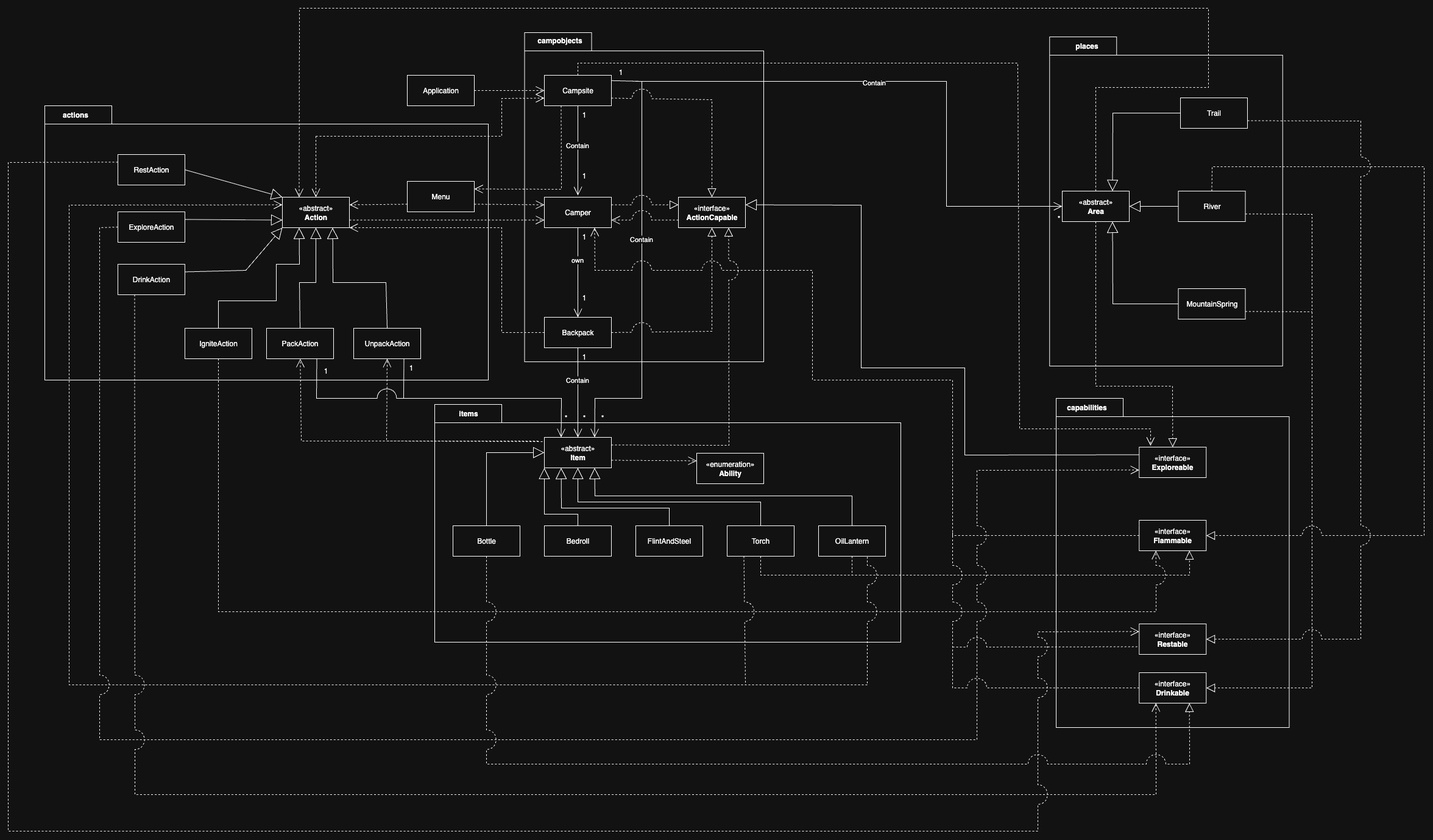
The draw.io diagram docs/w5-uml.png in Fanka2005/Bootcamp_OOP_Camper, before a commit. Source tidied: cells renumbered, new cells last; positions are measured from the earlier drawing's top-left corner, leaving out a move shared by most shapes.
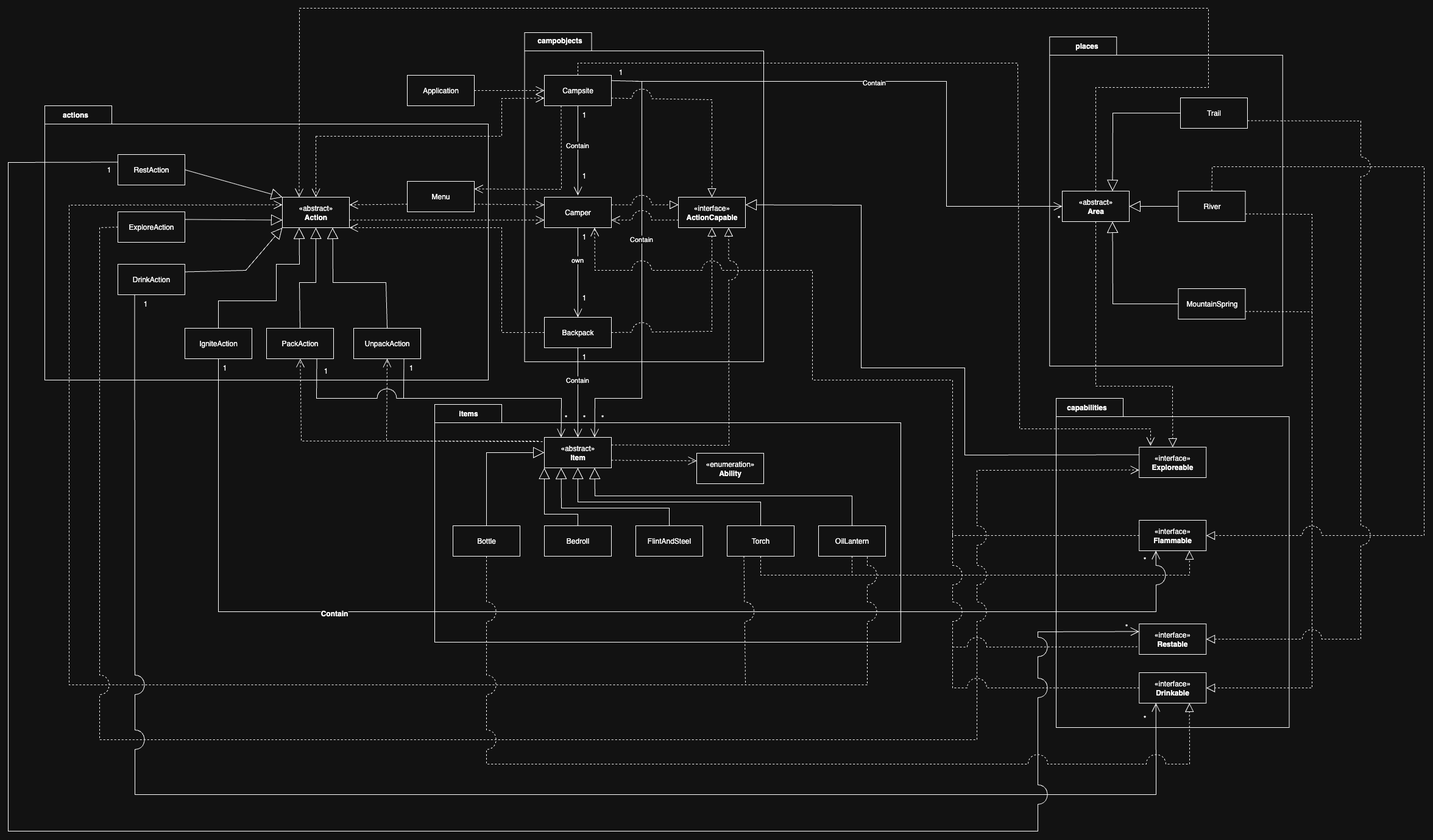
The same diagram one commit later.

Commit message:
(Week 5) Update UML Diagram, change relationship

- Change the dependency line from IgniteAction, RestAction, and DrinkAction to it Flammable, Restable, and Drinkable respectively to an association line.

The edit, as a diff of the source:
```diff
@@ -319,7 +319,7 @@
         </Array>
       </mxGeometry>
     </mxCell>
-    <mxCell id="71" style="endArrow=open;endSize=12;dashed=1;html=1;rounded=0;fontFamily=Helvetica;fontSize=12;fontColor=default;fontStyle=1;exitX=0.5;exitY=1;exitDx=0;exitDy=0;entryX=0.25;entryY=1;entryDx=0;entryDy=0;startArrow=none;startFill=0;jumpStyle=arc;jumpSize=32;" parent="1" edge="1" source="69" target="66">
+    <mxCell id="71" style="endArrow=open;endSize=12;html=1;rounded=0;fontFamily=Helvetica;fontSize=12;fontColor=default;fontStyle=1;exitX=0.5;exitY=1;exitDx=0;exitDy=0;entryX=0.25;entryY=1;entryDx=0;entryDy=0;startArrow=none;startFill=0;jumpStyle=arc;jumpSize=32;" parent="1" edge="1" source="69" target="66">
       <mxGeometry relative="1" as="geometry">
         <Array as="points">
           <mxPoint x="345" y="990" />
@@ -327,6 +327,9 @@
         </Array>
       </mxGeometry>
     </mxCell>
+    <mxCell id="117" value="Contain" style="edgeLabel;html=1;align=center;verticalAlign=middle;strokeColor=default;spacingTop=10;fontFamily=Helvetica;fontSize=12;fontColor=default;fontStyle=1;fillColor=default;" parent="71" vertex="1">
+      <mxGeometry x="-0.41" y="2" relative="1" as="geometry" />
+    </mxCell>
     <mxCell id="72" style="endArrow=open;endFill=1;endSize=12;html=1;rounded=0;fontFamily=Helvetica;fontSize=12;fontColor=default;fontStyle=1;exitX=0.75;exitY=1;exitDx=0;exitDy=0;entryX=0.25;entryY=0;entryDx=0;entryDy=0;jumpStyle=arc;jumpSize=32;" parent="1" edge="1" source="39" target="30">
       <mxGeometry relative="1" as="geometry">
         <Array as="points">
@@ -478,7 +481,7 @@
         </Array>
       </mxGeometry>
     </mxCell>
-    <mxCell id="99" style="endArrow=open;endSize=12;dashed=1;html=1;rounded=0;fontFamily=Helvetica;fontSize=12;fontColor=default;fontStyle=1;exitX=0.25;exitY=1;exitDx=0;exitDy=0;startArrow=none;startFill=0;entryX=0.25;entryY=1;entryDx=0;entryDy=0;jumpStyle=arc;jumpSize=32;" parent="1" edge="1" source="97" target="95">
+    <mxCell id="99" style="endArrow=open;endSize=12;html=1;rounded=0;fontFamily=Helvetica;fontSize=12;fontColor=default;fontStyle=1;exitX=0.25;exitY=1;exitDx=0;exitDy=0;startArrow=none;startFill=0;entryX=0.25;entryY=1;entryDx=0;entryDy=0;jumpStyle=arc;jumpSize=32;" parent="1" edge="1" source="97" target="95">
       <mxGeometry relative="1" as="geometry">
         <Array as="points">
           <mxPoint x="208" y="1290" />
@@ -527,7 +530,7 @@
     <mxCell id="106" value="RestAction" style="html=1;whiteSpace=wrap;" parent="1" vertex="1">
       <mxGeometry x="180" y="240" width="110" height="50" as="geometry" />
     </mxCell>
-    <mxCell id="107" style="endArrow=open;endSize=12;dashed=1;html=1;rounded=0;fontFamily=Helvetica;fontSize=12;fontColor=default;fontStyle=1;exitX=0;exitY=0.25;exitDx=0;exitDy=0;startArrow=none;startFill=0;entryX=0;entryY=0.25;entryDx=0;entryDy=0;jumpStyle=arc;jumpSize=32;" parent="1" edge="1" source="106" target="103">
+    <mxCell id="107" style="endArrow=open;endSize=12;html=1;rounded=0;fontFamily=Helvetica;fontSize=12;fontColor=default;fontStyle=1;exitX=0;exitY=0.25;exitDx=0;exitDy=0;startArrow=none;startFill=0;entryX=0;entryY=0.25;entryDx=0;entryDy=0;jumpStyle=arc;jumpSize=32;" parent="1" edge="1" source="106" target="103">
       <mxGeometry relative="1" as="geometry">
         <Array as="points">
           <mxPoint y="253" />
@@ -587,5 +590,23 @@
     <mxCell id="116" value="*" style="text;html=1;align=center;verticalAlign=middle;strokeColor=none;fillColor=none;" parent="1" vertex="1">
       <mxGeometry x="1709.2" y="330" width="30" height="30" as="geometry" />
     </mxCell>
+    <mxCell id="118" value="*" style="text;html=1;align=center;verticalAlign=middle;strokeColor=none;fillColor=none;" parent="1" vertex="1">
+      <mxGeometry x="1850" y="890" width="30" height="30" as="geometry" />
+    </mxCell>
+    <mxCell id="119" value="1" style="text;html=1;align=center;verticalAlign=middle;strokeColor=none;fillColor=none;" parent="1" vertex="1">
+      <mxGeometry x="340" y="575" width="30" height="30" as="geometry" />
+    </mxCell>
+    <mxCell id="120" value="1" style="text;html=1;align=center;verticalAlign=middle;strokeColor=none;fillColor=none;" parent="1" vertex="1">
+      <mxGeometry x="210" y="470" width="30" height="30" as="geometry" />
+    </mxCell>
+    <mxCell id="121" value="*" style="text;html=1;align=center;verticalAlign=middle;strokeColor=none;fillColor=none;" parent="1" vertex="1">
+      <mxGeometry x="1850" y="1150" width="30" height="30" as="geometry" />
+    </mxCell>
+    <mxCell id="122" value="1" style="text;html=1;align=center;verticalAlign=middle;strokeColor=none;fillColor=none;" parent="1" vertex="1">
+      <mxGeometry x="150" y="250" width="30" height="30" as="geometry" />
+    </mxCell>
+    <mxCell id="123" value="*" style="text;html=1;align=center;verticalAlign=middle;strokeColor=none;fillColor=none;" parent="1" vertex="1">
+      <mxGeometry x="1820" y="1000" width="30" height="30" as="geometry" />
+    </mxCell>
   </root>
 </mxGraphModel>
```
